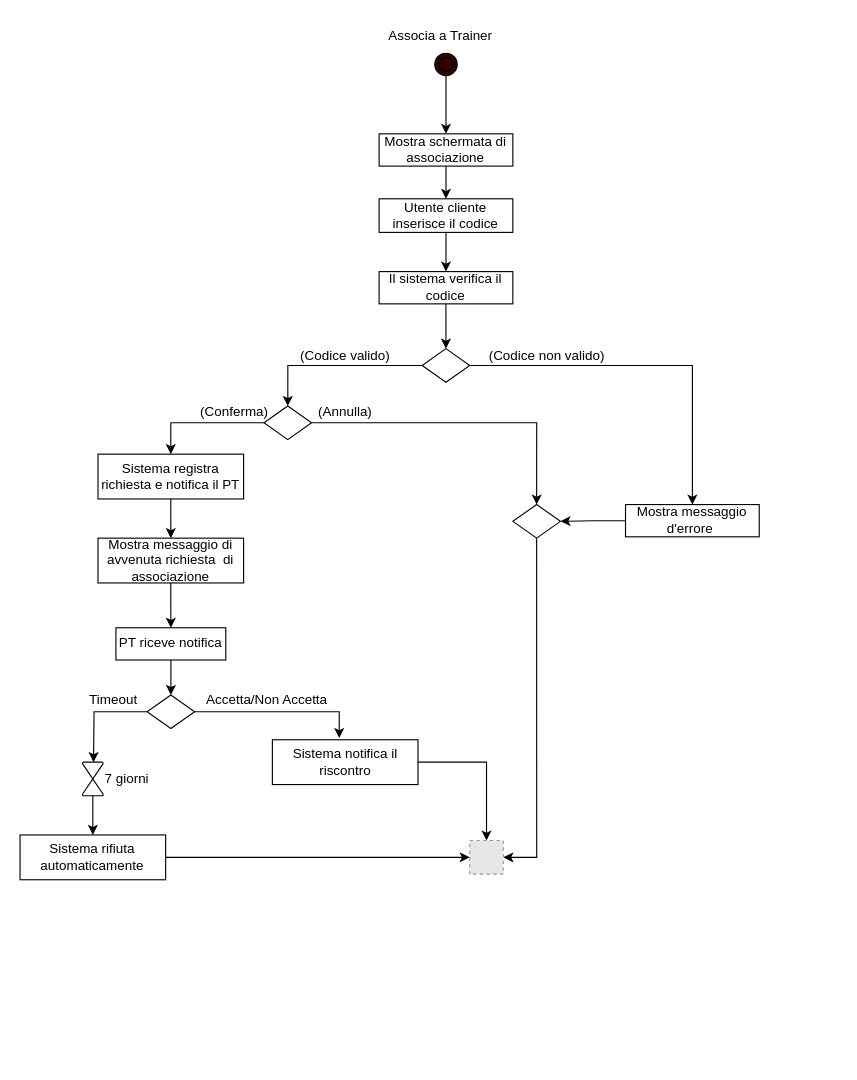
The draw.io diagram ActivityDiagram/AssociaTrainer.drawio in FedericoSib/FitPlan, before the edit. Source tidied: cells renumbered, new cells numbered last; positions are measured from the earlier drawing's top-left corner, leaving out a move shared by most shapes. Both pictures are drawn from the tidied source at 112%, with x=0, y=0 at pixel (19, 19). Pictures stored in the file or linked from it are replaced by grey dashed boxes.
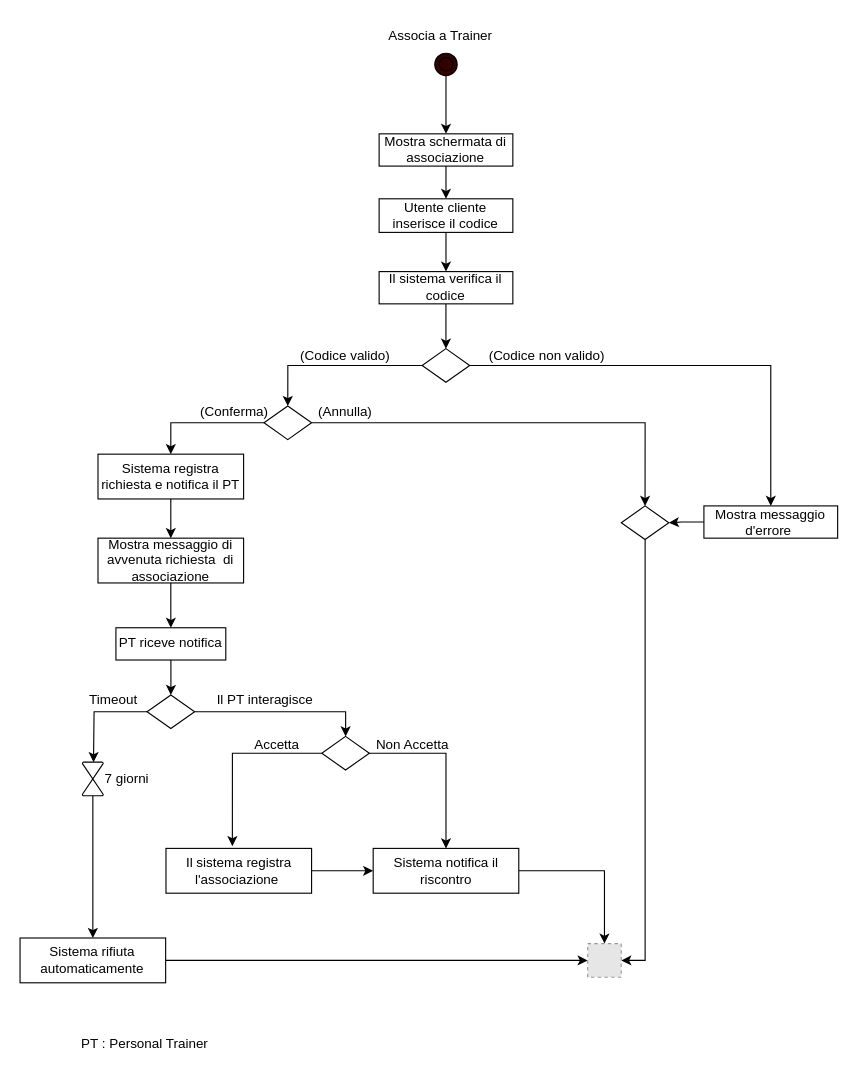
The same page after the edit.

The change refers to these unchanged cells:
```xml
<mxCell id="34" style="rhombus;whiteSpace=wrap;html=1;" parent="1" vertex="1">
  <mxGeometry x="113.8" y="603" width="42.5" height="30" as="geometry" />
</mxCell>
```

What changed in the source:
```diff
@@
     <mxCell id="10" value="Mostra messaggio d'errore&amp;nbsp;" style="rounded=0;whiteSpace=wrap;html=1;" parent="1" vertex="1">
-      <mxGeometry x="541" y="433" width="119.4" height="28.8" as="geometry" />
+      <mxGeometry x="611" y="434.2" width="119.4" height="28.8" as="geometry" />
     </mxCell>
@@
-    <mxCell id="21" style="edgeStyle=orthogonalEdgeStyle;rounded=0;jettySize=auto;html=1;entryX=1;entryY=0.5;entryDx=0;entryDy=0;exitX=0.5;exitY=1;exitDx=0;exitDy=0;" parent="1" edge="1" source="22" target="24">
+    <mxCell id="21" style="edgeStyle=orthogonalEdgeStyle;rounded=0;jettySize=auto;html=1;entryX=1;entryY=0.5;entryDx=0;entryDy=0;" parent="1" edge="1" source="22" target="24">
       <mxGeometry relative="1" as="geometry" />
     </mxCell>
     <mxCell id="22" style="rhombus;whiteSpace=wrap;html=1;" parent="1" vertex="1">
-      <mxGeometry x="440.4" y="433" width="42.5" height="30" as="geometry" />
+      <mxGeometry x="537.2" y="434.2" width="42.5" height="30" as="geometry" />
     </mxCell>
@@
     <mxCell id="24" style="fillColor=#E6E6E6;strokeColor=#999999;dashed=1;html=1;verticalAlign=top;verticalLabelPosition=bottom;labelBackgroundColor=#ffffff;" parent="1" vertex="1">
-      <mxGeometry x="401.9" y="733" width="30" height="30" as="geometry" />
+      <mxGeometry x="507.2" y="825" width="30" height="30" as="geometry" />
     </mxCell>
@@
-    <mxCell id="32" style="edgeStyle=orthogonalEdgeStyle;rounded=0;jettySize=auto;html=1;entryX=0.459;entryY=-0.037;entryDx=0;entryDy=0;entryPerimeter=0;" parent="1" edge="1" source="34" target="39">
-      <mxGeometry relative="1" as="geometry" />
-    </mxCell>
@@
+    <mxCell id="44" style="edgeStyle=orthogonalEdgeStyle;rounded=0;jettySize=auto;html=1;" parent="1" edge="1" source="34" target="49">
+      <mxGeometry relative="1" as="geometry" />
+    </mxCell>
@@
-    <mxCell id="36" value="Accetta/Non Accetta" style="text;html=1;whiteSpace=wrap;strokeColor=none;fillColor=none;align=center;verticalAlign=middle;rounded=0;" parent="1" vertex="1">
-      <mxGeometry x="156.3" y="593" width="130.3" height="30" as="geometry" />
-    </mxCell>
@@
     <mxCell id="39" value="Sistema notifica il riscontro" style="rounded=0;whiteSpace=wrap;html=1;" parent="1" vertex="1">
-      <mxGeometry x="225.7" y="643" width="130" height="40" as="geometry" />
+      <mxGeometry x="315.7" y="740" width="130" height="40" as="geometry" />
     </mxCell>
@@
     <mxCell id="41" value="Sistema rifiuta automaticamente" style="rounded=0;whiteSpace=wrap;html=1;" parent="1" vertex="1">
-      <mxGeometry x="0.4" y="728" width="130" height="40" as="geometry" />
+      <mxGeometry x="0.4" y="820" width="130" height="40" as="geometry" />
     </mxCell>
@@
+    <mxCell id="45" style="edgeStyle=orthogonalEdgeStyle;rounded=0;jettySize=auto;html=1;entryX=0;entryY=0.5;entryDx=0;entryDy=0;" parent="1" edge="1" source="46" target="39">
+      <mxGeometry relative="1" as="geometry" />
+    </mxCell>
+    <mxCell id="46" value="Il sistema registra l'associazione&amp;nbsp;" style="rounded=0;whiteSpace=wrap;html=1;" parent="1" vertex="1">
+      <mxGeometry x="130.7" y="740" width="130" height="40" as="geometry" />
+    </mxCell>
+    <mxCell id="47" style="edgeStyle=orthogonalEdgeStyle;rounded=0;jettySize=auto;html=1;entryX=0.5;entryY=0;entryDx=0;entryDy=0;" parent="1" edge="1" source="49" target="39">
+      <mxGeometry relative="1" as="geometry">
+        <Array as="points">
+          <mxPoint x="381" y="655" />
+          <mxPoint x="381" y="740" />
+        </Array>
+      </mxGeometry>
+    </mxCell>
+    <mxCell id="48" style="edgeStyle=orthogonalEdgeStyle;rounded=0;jettySize=auto;html=1;exitX=0;exitY=0.5;exitDx=0;exitDy=0;entryX=0.456;entryY=-0.05;entryDx=0;entryDy=0;entryPerimeter=0;" parent="1" edge="1" source="49" target="46">
+      <mxGeometry relative="1" as="geometry" />
+    </mxCell>
+    <mxCell id="49" style="rhombus;whiteSpace=wrap;html=1;" parent="1" vertex="1">
+      <mxGeometry x="269.8" y="640" width="42.5" height="30" as="geometry" />
+    </mxCell>
+    <mxCell id="50" value="Il PT interagisce&amp;nbsp;" style="text;html=1;whiteSpace=wrap;strokeColor=none;fillColor=none;align=center;verticalAlign=middle;rounded=0;" parent="1" vertex="1">
+      <mxGeometry x="151" y="593" width="140" height="30" as="geometry" />
+    </mxCell>
+    <mxCell id="51" value="Accetta" style="text;html=1;whiteSpace=wrap;strokeColor=none;fillColor=none;align=center;verticalAlign=middle;rounded=0;" parent="1" vertex="1">
+      <mxGeometry x="200" y="633" width="60" height="30" as="geometry" />
+    </mxCell>
+    <mxCell id="52" value="Non Accetta" style="text;html=1;whiteSpace=wrap;strokeColor=none;fillColor=none;align=center;verticalAlign=middle;rounded=0;" parent="1" vertex="1">
+      <mxGeometry x="310.7" y="633" width="80" height="30" as="geometry" />
+    </mxCell>
+    <mxCell id="53" value="PT : Personal Trainer" style="text;html=1;whiteSpace=wrap;strokeColor=none;fillColor=none;align=center;verticalAlign=middle;rounded=0;" parent="1" vertex="1">
+      <mxGeometry x="2.3" y="900" width="220" height="30" as="geometry" />
+    </mxCell>
```
